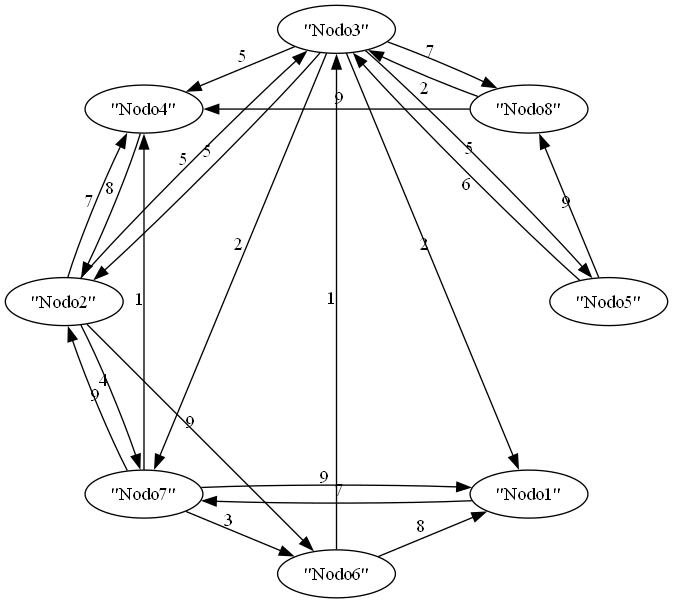
Before: grafo.png, a diagram exported from Graphviz (enzocipher/minimum_path_finder). Its source is kept beside it as grafo.dot. Source of this version:
```dot
digraph {
    0 [ label = "\"Nodo1\"" ]
    1 [ label = "\"Nodo2\"" ]
    2 [ label = "\"Nodo3\"" ]
    3 [ label = "\"Nodo4\"" ]
    4 [ label = "\"Nodo5\"" ]
    5 [ label = "\"Nodo6\"" ]
    6 [ label = "\"Nodo7\"" ]
    7 [ label = "\"Nodo8\"" ]
    5 -> 0 [ label = "8" ]
    6 -> 0 [ label = "9" ]
    6 -> 1 [ label = "9" ]
    3 -> 1 [ label = "8" ]
    2 -> 3 [ label = "5" ]
    7 -> 2 [ label = "2" ]
    4 -> 7 [ label = "9" ]
    0 -> 6 [ label = "7" ]
    1 -> 2 [ label = "5" ]
    1 -> 3 [ label = "7" ]
    1 -> 5 [ label = "9" ]
    1 -> 6 [ label = "4" ]
    2 -> 0 [ label = "2" ]
    2 -> 1 [ label = "5" ]
    2 -> 4 [ label = "5" ]
    2 -> 6 [ label = "2" ]
    2 -> 7 [ label = "7" ]
    4 -> 2 [ label = "6" ]
    5 -> 2 [ label = "1" ]
    6 -> 3 [ label = "1" ]
    6 -> 5 [ label = "3" ]
    7 -> 3 [ label = "9" ]
}
```
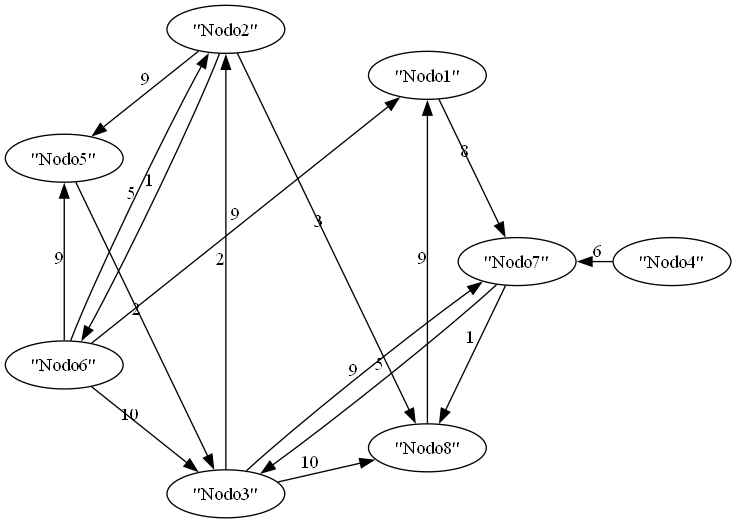
Above is the later version.

Diff of the diagram source:
```diff
@@ -7,26 +7,20 @@
     5 [ label = "\"Nodo6\"" ]
     6 [ label = "\"Nodo7\"" ]
     7 [ label = "\"Nodo8\"" ]
-    5 -> 0 [ label = "8" ]
-    6 -> 0 [ label = "9" ]
-    6 -> 1 [ label = "9" ]
-    3 -> 1 [ label = "8" ]
-    2 -> 3 [ label = "5" ]
-    7 -> 2 [ label = "2" ]
-    4 -> 7 [ label = "9" ]
-    0 -> 6 [ label = "7" ]
-    1 -> 2 [ label = "5" ]
-    1 -> 3 [ label = "7" ]
-    1 -> 5 [ label = "9" ]
-    1 -> 6 [ label = "4" ]
-    2 -> 0 [ label = "2" ]
-    2 -> 1 [ label = "5" ]
-    2 -> 4 [ label = "5" ]
-    2 -> 6 [ label = "2" ]
-    2 -> 7 [ label = "7" ]
-    4 -> 2 [ label = "6" ]
-    5 -> 2 [ label = "1" ]
-    6 -> 3 [ label = "1" ]
-    6 -> 5 [ label = "3" ]
-    7 -> 3 [ label = "9" ]
+    1 -> 4 [ label = "9" ]
+    5 -> 1 [ label = "5" ]
+    5 -> 2 [ label = "10" ]
+    2 -> 7 [ label = "10" ]
+    7 -> 0 [ label = "9" ]
+    0 -> 6 [ label = "8" ]
+    3 -> 6 [ label = "6" ]
+    1 -> 5 [ label = "1" ]
+    1 -> 7 [ label = "3" ]
+    2 -> 1 [ label = "2" ]
+    2 -> 6 [ label = "9" ]
+    4 -> 2 [ label = "2" ]
+    5 -> 0 [ label = "9" ]
+    5 -> 4 [ label = "9" ]
+    6 -> 2 [ label = "5" ]
+    6 -> 7 [ label = "1" ]
 }
```
